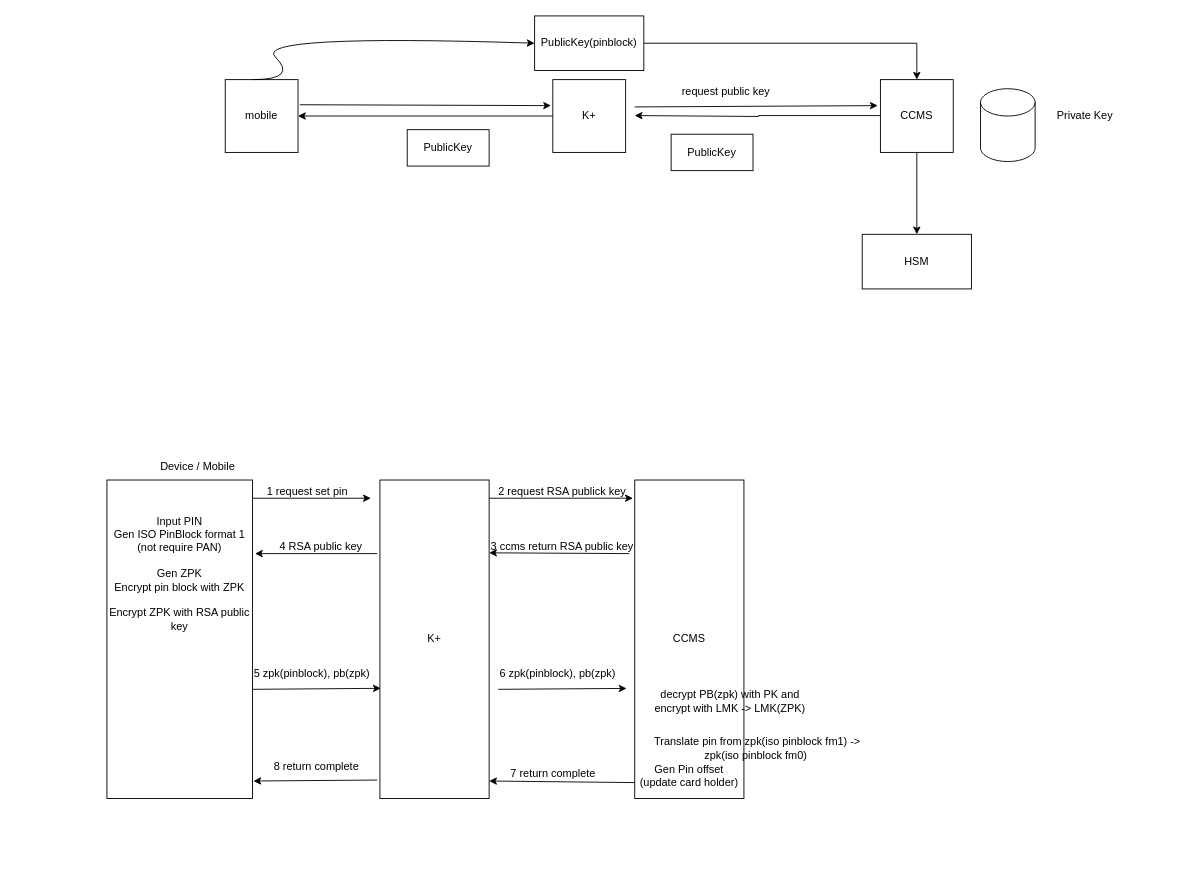
The draw.io diagram page "K+_Change_Pin" (7 of 10) of CCMS_MFR_Diagram.drawio in chawaratr/drawio, before the edit. Source tidied: cells renumbered, new cells numbered last; positions are measured from the earlier drawing's top-left corner, leaving out a move shared by most shapes. Both pictures are drawn from the tidied source at 91%, with x=0, y=0 at pixel (106, 15).
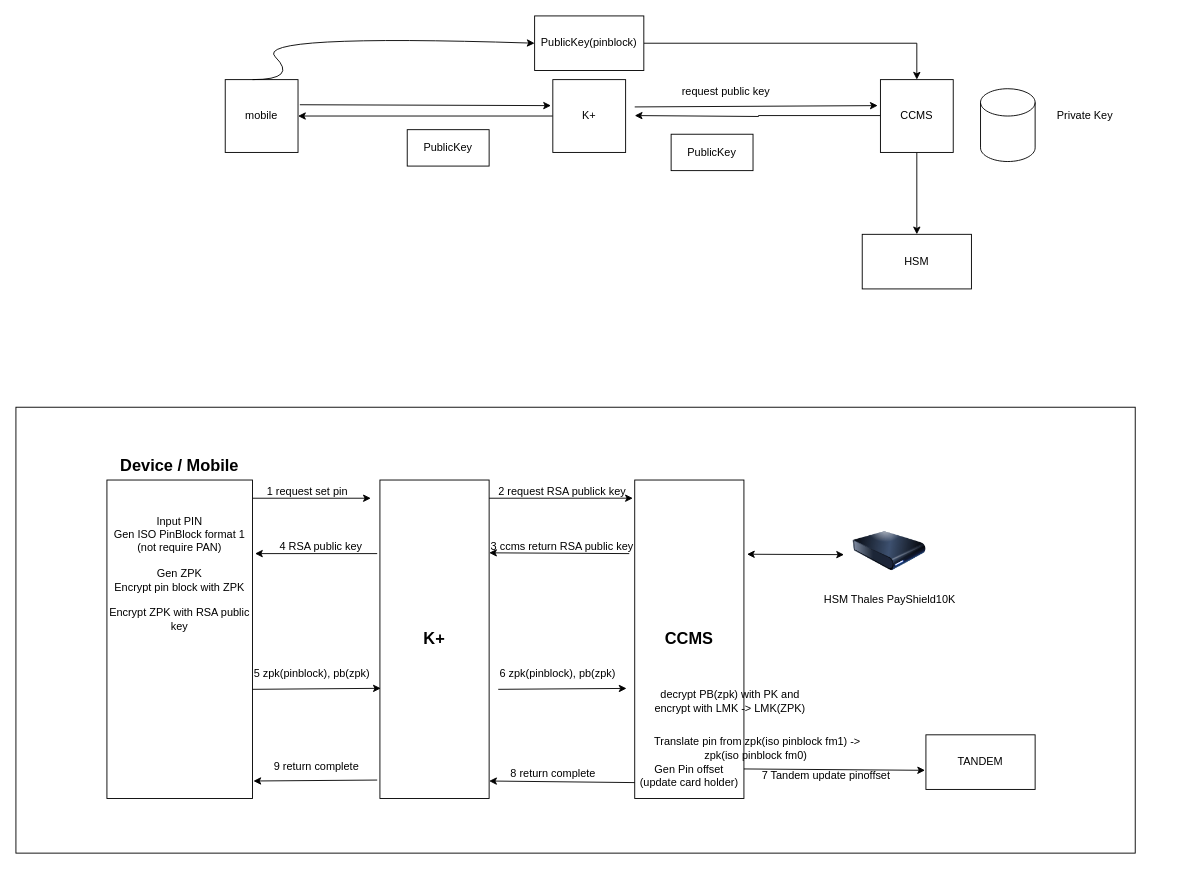
The same diagram, later.

The change refers to these unchanged cells:
```xml
<mxCell id="38" value="Gen Pin offset (update card holder)" style="text;html=1;strokeColor=none;fillColor=none;align=center;verticalAlign=middle;whiteSpace=wrap;rounded=0;" parent="1" vertex="1">
  <mxGeometry x="580" y="820" width="120" height="30" as="geometry" />
</mxCell>
```

The edit, as a diff of the source:
```diff
@@
+    <mxCell id="43" style="rounded=0;whiteSpace=wrap;html=1;" parent="1" vertex="1">
+      <mxGeometry x="-100" y="430" width="1230" height="490" as="geometry" />
+    </mxCell>
@@
-    <mxCell id="20" value="K+" style="rounded=0;whiteSpace=wrap;html=1;" parent="1" vertex="1">
+    <mxCell id="20" value="&lt;h2&gt;&lt;b&gt;K+&lt;/b&gt;&lt;/h2&gt;" style="rounded=0;whiteSpace=wrap;html=1;" parent="1" vertex="1">
       <mxGeometry x="300" y="510" width="120" height="350" as="geometry" />
     </mxCell>
-    <mxCell id="21" value="CCMS" style="rounded=0;whiteSpace=wrap;html=1;" parent="1" vertex="1">
+    <mxCell id="21" value="&lt;h2&gt;&lt;b&gt;CCMS&lt;/b&gt;&lt;/h2&gt;" style="rounded=0;whiteSpace=wrap;html=1;" parent="1" vertex="1">
       <mxGeometry x="580" y="510" width="120" height="350" as="geometry" />
     </mxCell>
@@
-    <mxCell id="30" value="Device / Mobile" style="text;html=1;strokeColor=none;fillColor=none;align=center;verticalAlign=middle;whiteSpace=wrap;rounded=0;" parent="1" vertex="1">
-      <mxGeometry x="50" y="480" width="100" height="30" as="geometry" />
+    <mxCell id="30" value="&lt;h2&gt;&lt;b&gt;Device / Mobile&lt;/b&gt;&lt;/h2&gt;" style="text;html=1;strokeColor=none;fillColor=none;align=center;verticalAlign=middle;whiteSpace=wrap;rounded=0;" parent="1" vertex="1">
+      <mxGeometry x="10" y="480" width="140" height="30" as="geometry" />
     </mxCell>
@@
-    <mxCell id="40" value="7 return complete" style="text;html=1;align=center;verticalAlign=middle;strokeColor=none;fillColor=none;" parent="1" vertex="1">
+    <mxCell id="40" value="8 return complete" style="text;html=1;align=center;verticalAlign=middle;strokeColor=none;fillColor=none;" parent="1" vertex="1">
       <mxGeometry x="430" y="818" width="120" height="30" as="geometry" />
     </mxCell>
-    <mxCell id="41" value="8 return complete" style="text;html=1;align=center;verticalAlign=middle;strokeColor=none;fillColor=none;" parent="1" vertex="1">
+    <mxCell id="41" value="9 return complete" style="text;html=1;align=center;verticalAlign=middle;strokeColor=none;fillColor=none;" parent="1" vertex="1">
       <mxGeometry x="170" y="810" width="120" height="30" as="geometry" />
     </mxCell>
@@
+    <mxCell id="44" value="HSM Thales PayShield10K" style="image;html=1;image=img/lib/clip_art/computers/Harddrive_128x128.png;" parent="1" vertex="1">
+      <mxGeometry x="820" y="548" width="80" height="80" as="geometry" />
+    </mxCell>
+    <mxCell id="45" style="endArrow=classic;startArrow=classic;html=1;rounded=0;exitX=1.028;exitY=0.233;exitDx=0;exitDy=0;exitPerimeter=0;" parent="1" edge="1" source="21">
+      <mxGeometry relative="1" as="geometry">
+        <mxPoint x="810" y="592" as="targetPoint" />
+      </mxGeometry>
+    </mxCell>
+    <mxCell id="46" value="TANDEM" style="rounded=0;whiteSpace=wrap;html=1;" parent="1" vertex="1">
+      <mxGeometry x="900" y="790" width="120" height="60" as="geometry" />
+    </mxCell>
+    <mxCell id="47" style="endArrow=classic;html=1;rounded=0;exitX=1;exitY=0.25;exitDx=0;exitDy=0;entryX=-0.008;entryY=0.65;entryDx=0;entryDy=0;entryPerimeter=0;" parent="1" edge="1" source="38" target="46">
+      <mxGeometry relative="1" as="geometry" />
+    </mxCell>
+    <mxCell id="48" value="7 Tandem update pinoffset" style="text;html=1;align=center;verticalAlign=middle;strokeColor=none;fillColor=none;" parent="1" vertex="1">
+      <mxGeometry x="710" y="820" width="160" height="30" as="geometry" />
+    </mxCell>
```
